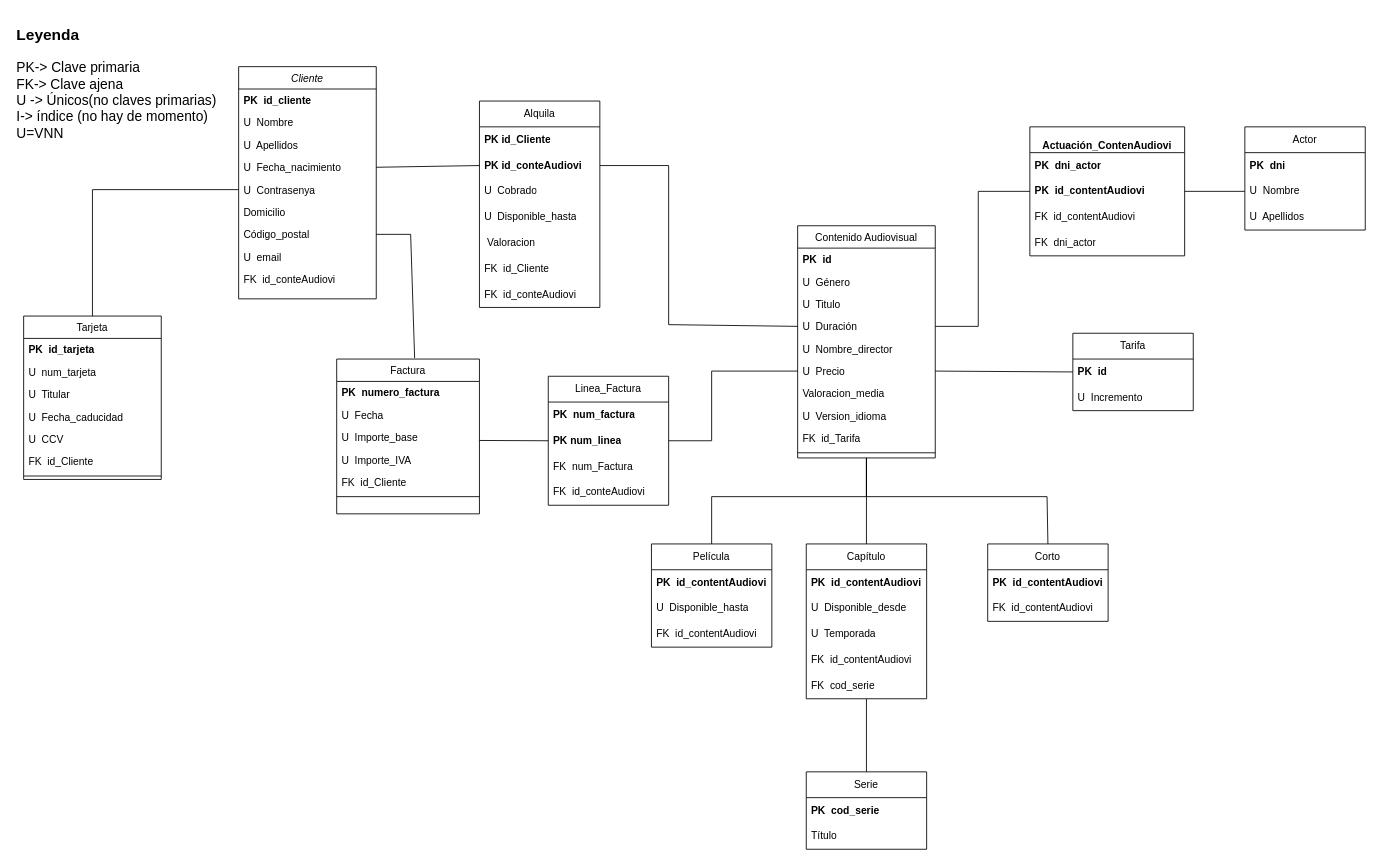
This is Modelo Relacional.drawio from Ivanmontesinos21/Proyecto_MiraVereda, a draw.io file, before an edit. Source tidied: cells renumbered, new cells numbered last; positions are measured from the earlier drawing's top-left corner, leaving out a move shared by most shapes. Both pictures are drawn from the tidied source at 86%, with x=0, y=0 at pixel (15, 15).
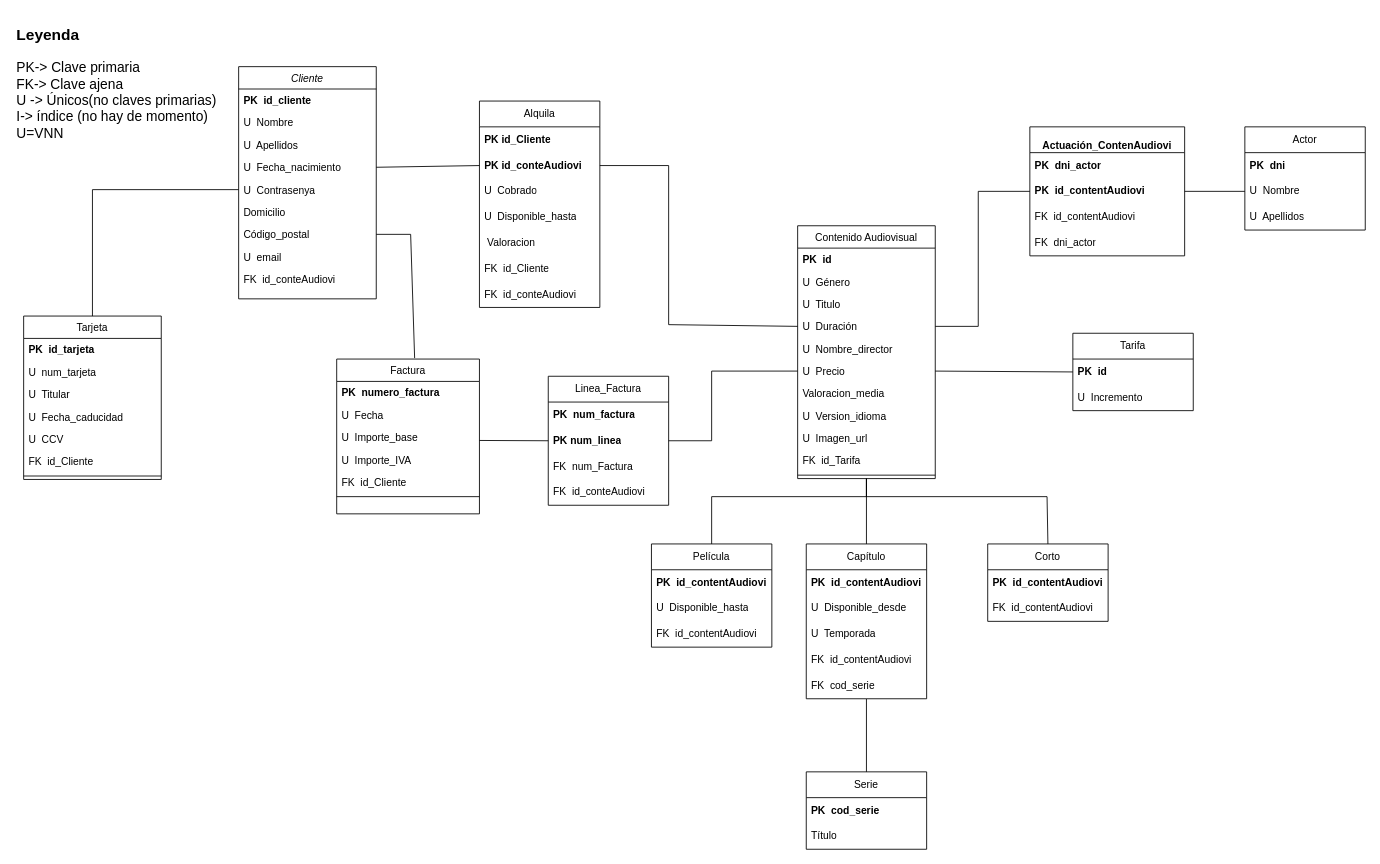
Above is the later version.

Commit message (it also covers changes not shown here):
Añadir columna imagen_url en tabla Contenido_Audiovisual

Change to the diagram source:
```diff
@@
     <mxCell id="20" value="Contenido Audiovisual" style="swimlane;fontStyle=0;align=center;verticalAlign=top;horizontal=1;startSize=26;rounded=0;shadow=0;strokeWidth=1;" parent="1" vertex="1">
-      <mxGeometry x="910" y="245" width="160" height="270" as="geometry" />
+      <mxGeometry x="910" y="245" width="160" height="294" as="geometry" />
     </mxCell>
@@
+    <mxCell id="93" value="U  Imagen_url" style="text;align=left;verticalAlign=top;spacingLeft=4;spacingRight=4;overflow=hidden;" parent="20" vertex="1">
+      <mxGeometry y="234" width="160" height="26" as="geometry" />
+    </mxCell>
     <mxCell id="29" value="FK  id_Tarifa" style="text;align=left;verticalAlign=top;spacingLeft=4;spacingRight=4;overflow=hidden;rounded=0;shadow=0;html=0;" parent="20" vertex="1">
-      <mxGeometry y="234" width="160" height="26" as="geometry" />
+      <mxGeometry y="260" width="160" height="26" as="geometry" />
     </mxCell>
     <mxCell id="30" style="line;html=1;strokeWidth=1;align=left;verticalAlign=middle;spacingTop=-1;spacingLeft=3;spacingRight=3;labelPosition=right;" parent="20" vertex="1">
-      <mxGeometry y="260" width="160" height="8" as="geometry" />
+      <mxGeometry y="286" width="160" height="8" as="geometry" />
     </mxCell>
```
